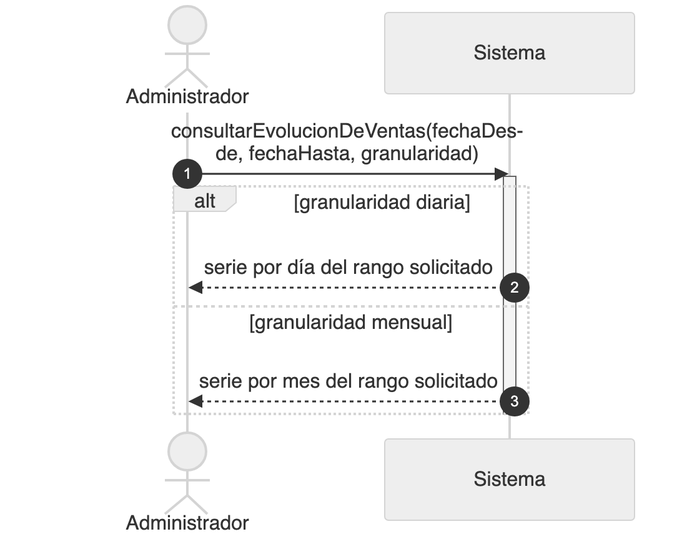
Nahuelito-Dev/splg-docs keeps this Mermaid diagram as diagramas/png/DSS_CU-030_Ver-Grafico-De-Ventas.png. Above is the earlier version. Its source is kept beside it as diagramas/DSS_CU-030_Ver-Grafico-De-Ventas.mmd.
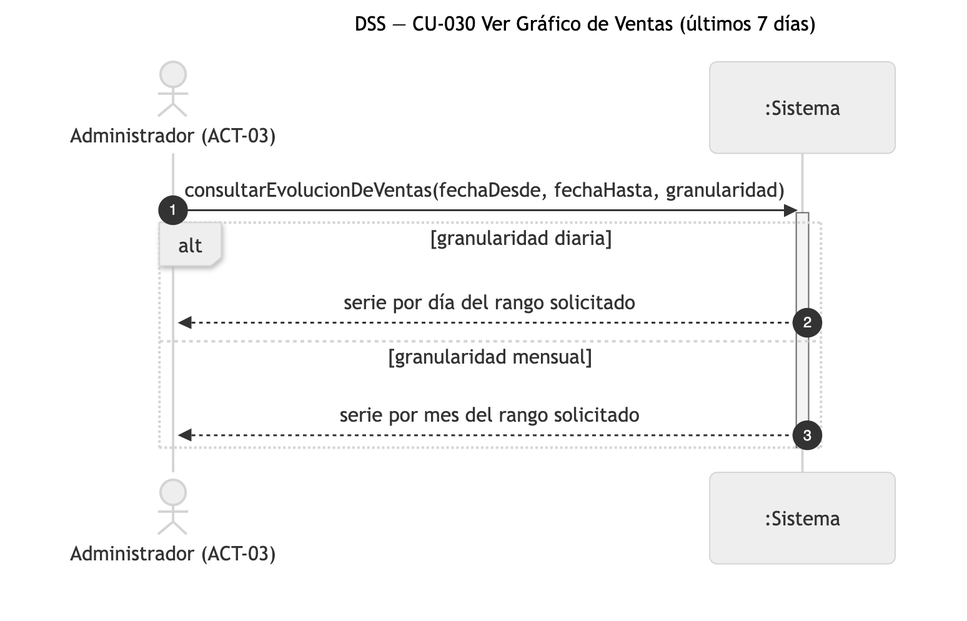
Later version of the same file.

Change to the diagram source:
```diff
@@ -1,8 +1,8 @@
 sequenceDiagram
-    title DSS — CU-030 Ver Grafico De Ventas
+    title DSS — CU-030 Ver Gráfico de Ventas (últimos 7 días)
     autonumber
-    actor ADM as Administrador
-    participant SIS as Sistema
+    actor ADM as Administrador (ACT-03)
+    participant SIS as :Sistema
 
     ADM->>SIS: consultarEvolucionDeVentas(fechaDesde, fechaHasta, granularidad)
     activate SIS
```
